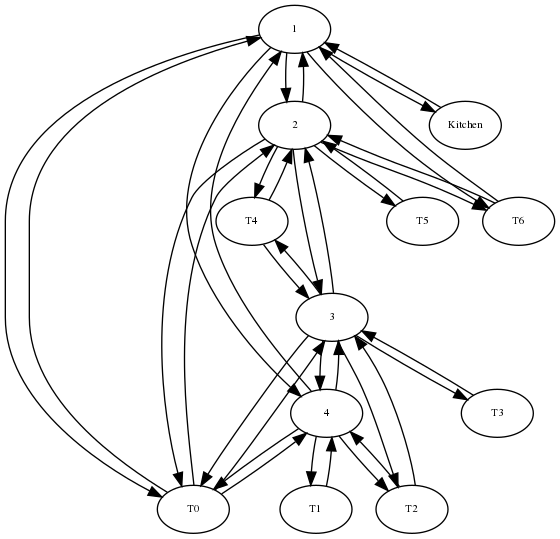
The Graphviz diagram graph.png in Arcalist/SI-Projekt, before a commit. Its source is kept beside it as graph.dot.
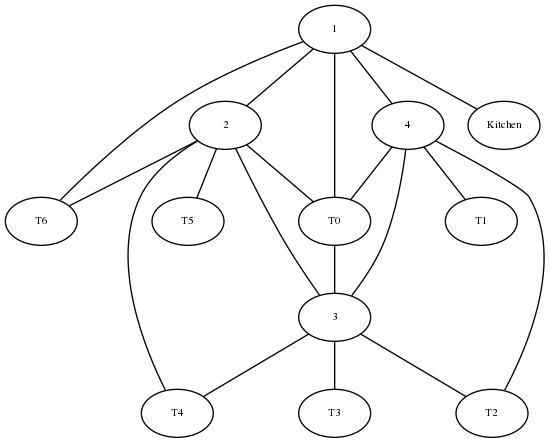
The same file after the commit.

The edit, as a diff of the source:
```diff
@@ -1,4 +1,4 @@
-digraph RGL__DirectedAdjacencyGraph {
+graph RGL__AdjacencyGraph {
     1 [
         fontsize = 8,
         label = 1
@@ -59,147 +59,75 @@
         label = T1
     ]
 
-    1 -> 2 [
+    1 -- 2 [
         fontsize = 8
     ]
 
-    1 -> 4 [
+    1 -- 4 [
         fontsize = 8
     ]
 
-    1 -> T0 [
+    1 -- T0 [
         fontsize = 8
     ]
 
-    1 -> T6 [
+    1 -- T6 [
         fontsize = 8
     ]
 
-    1 -> Kitchen [
+    1 -- Kitchen [
         fontsize = 8
     ]
 
-    2 -> 1 [
+    2 -- 3 [
         fontsize = 8
     ]
 
-    2 -> 3 [
+    2 -- T0 [
         fontsize = 8
     ]
 
-    2 -> T0 [
+    2 -- T6 [
         fontsize = 8
     ]
 
-    2 -> T6 [
+    2 -- T5 [
         fontsize = 8
     ]
 
-    2 -> T5 [
+    2 -- T4 [
         fontsize = 8
     ]
 
-    2 -> T4 [
+    4 -- 3 [
         fontsize = 8
     ]
 
-    4 -> 1 [
+    4 -- T0 [
         fontsize = 8
     ]
 
-    4 -> 3 [
+    4 -- T1 [
         fontsize = 8
     ]
 
-    4 -> T0 [
+    4 -- T2 [
         fontsize = 8
     ]
 
-    4 -> T1 [
+    T0 -- 3 [
         fontsize = 8
     ]
 
-    4 -> T2 [
+    3 -- T2 [
         fontsize = 8
     ]
 
-    T0 -> 1 [
+    3 -- T3 [
         fontsize = 8
     ]
 
-    T0 -> 2 [
-        fontsize = 8
-    ]
-
-    T0 -> 3 [
-        fontsize = 8
-    ]
-
-    T0 -> 4 [
-        fontsize = 8
-    ]
-
-    T6 -> 1 [
-        fontsize = 8
-    ]
-
-    T6 -> 2 [
-        fontsize = 8
-    ]
-
-    Kitchen -> 1 [
-        fontsize = 8
-    ]
-
-    3 -> 2 [
-        fontsize = 8
-    ]
-
-    3 -> 4 [
-        fontsize = 8
-    ]
-
-    3 -> T0 [
-        fontsize = 8
-    ]
-
-    3 -> T2 [
-        fontsize = 8
-    ]
-
-    3 -> T3 [
-        fontsize = 8
-    ]
-
-    3 -> T4 [
-        fontsize = 8
-    ]
-
-    T5 -> 2 [
-        fontsize = 8
-    ]
-
-    T4 -> 3 [
-        fontsize = 8
-    ]
-
-    T4 -> 2 [
-        fontsize = 8
-    ]
-
-    T2 -> 4 [
-        fontsize = 8
-    ]
-
-    T2 -> 3 [
-        fontsize = 8
-    ]
-
-    T3 -> 3 [
-        fontsize = 8
-    ]
-
-    T1 -> 4 [
+    3 -- T4 [
         fontsize = 8
     ]
 }
```
